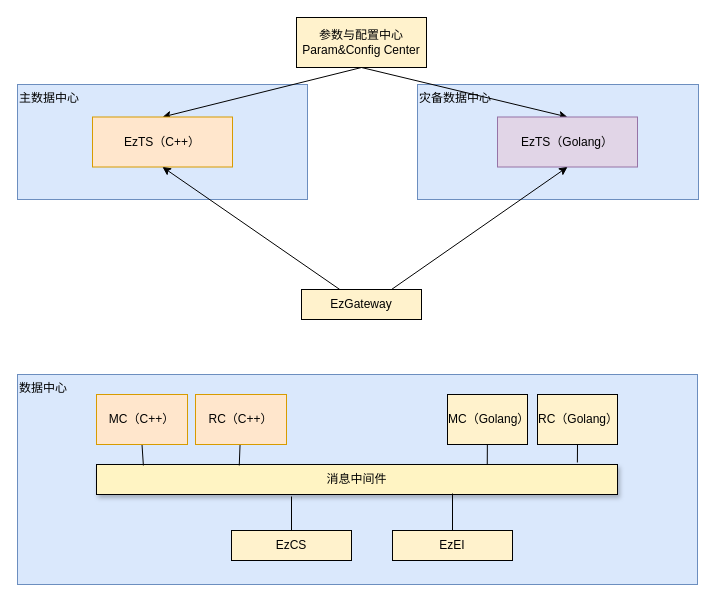
gotrade/gotrade keeps this draw.io diagram as page "Strategy of Two TS" (6 of 8) of 交易系统升级流图 (2).drawio. Above is the earlier version. Source tidied: cells renumbered, new cells numbered last; positions are measured from the earlier drawing's top-left corner, leaving out a move shared by most shapes. Both pictures are drawn from the tidied source at 100%, with x=0, y=0 at pixel (17, 17).
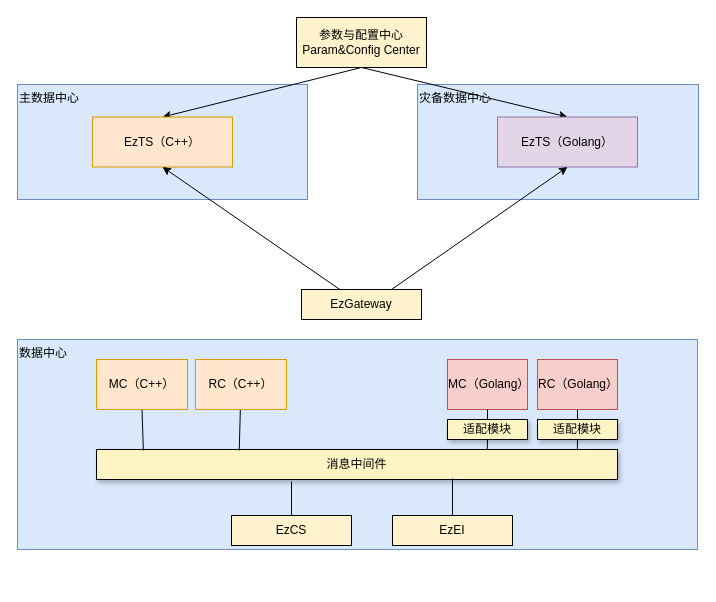
The same diagram, later.

Diff of the diagram source:
```diff
@@
     <mxCell id="12" value="&lt;div style=&quot;text-align: left&quot;&gt;&lt;span&gt;数据中心&lt;/span&gt;&lt;/div&gt;" style="rounded=0;whiteSpace=wrap;html=1;align=left;verticalAlign=top;fillColor=#dae8fc;strokeColor=#6c8ebf;" parent="1" vertex="1">
-      <mxGeometry y="357" width="680" height="210" as="geometry" />
+      <mxGeometry y="322" width="680" height="210" as="geometry" />
     </mxCell>
     <mxCell id="13" value="消息中间件" style="rounded=0;whiteSpace=wrap;html=1;shadow=1;fillColor=#FFF4C3;" parent="1" vertex="1">
-      <mxGeometry x="79" y="447" width="521" height="30" as="geometry" />
+      <mxGeometry x="79" y="432" width="521" height="30" as="geometry" />
     </mxCell>
@@
     <mxCell id="15" value="MC（C++）" style="rounded=0;whiteSpace=wrap;html=1;fillColor=#ffe6cc;strokeColor=#d79b00;" parent="1" vertex="1">
-      <mxGeometry x="79" y="377" width="91" height="50" as="geometry" />
+      <mxGeometry x="79" y="342" width="91" height="50" as="geometry" />
     </mxCell>
-    <mxCell id="16" style="edgeStyle=none;rounded=0;jettySize=auto;html=1;entryX=0.75;entryY=0;entryDx=0;entryDy=0;endArrow=none;endFill=0;" parent="1" edge="1" source="17" target="13">
-      <mxGeometry relative="1" as="geometry" />
+    <mxCell id="16" style="edgeStyle=none;rounded=0;jettySize=auto;html=1;endArrow=none;endFill=0;" parent="1" edge="1" source="27">
+      <mxGeometry relative="1" as="geometry">
+        <mxPoint x="470" y="412" as="targetPoint" />
+      </mxGeometry>
     </mxCell>
-    <mxCell id="17" value="MC（Golang）" style="rounded=0;whiteSpace=wrap;html=1;fillColor=#FFF2CC;" parent="1" vertex="1">
-      <mxGeometry x="430" y="377" width="80" height="50" as="geometry" />
+    <mxCell id="17" value="MC（Golang）" style="rounded=0;whiteSpace=wrap;html=1;fillColor=#f8cecc;strokeColor=#b85450;" parent="1" vertex="1">
+      <mxGeometry x="430" y="342" width="80" height="50" as="geometry" />
     </mxCell>
@@
     <mxCell id="19" value="RC（C++）" style="rounded=0;whiteSpace=wrap;html=1;fillColor=#ffe6cc;strokeColor=#d79b00;" parent="1" vertex="1">
-      <mxGeometry x="178" y="377" width="91" height="50" as="geometry" />
+      <mxGeometry x="178" y="342" width="91" height="50" as="geometry" />
     </mxCell>
-    <mxCell id="20" style="edgeStyle=none;rounded=0;jettySize=auto;html=1;exitX=0.5;exitY=1;exitDx=0;exitDy=0;entryX=0.923;entryY=-0.067;entryDx=0;entryDy=0;entryPerimeter=0;endArrow=none;endFill=0;" parent="1" edge="1" source="21" target="13">
-      <mxGeometry relative="1" as="geometry" />
+    <mxCell id="20" style="edgeStyle=none;rounded=0;jettySize=auto;html=1;exitX=0.5;exitY=1;exitDx=0;exitDy=0;endArrow=none;endFill=0;" parent="1" edge="1" source="21">
+      <mxGeometry relative="1" as="geometry">
+        <mxPoint x="560" y="412" as="targetPoint" />
+      </mxGeometry>
     </mxCell>
-    <mxCell id="21" value="RC（Golang）" style="rounded=0;whiteSpace=wrap;html=1;fillColor=#FFF2CC;" parent="1" vertex="1">
-      <mxGeometry x="520" y="377" width="80" height="50" as="geometry" />
+    <mxCell id="21" value="RC（Golang）" style="rounded=0;whiteSpace=wrap;html=1;fillColor=#f8cecc;strokeColor=#b85450;" parent="1" vertex="1">
+      <mxGeometry x="520" y="342" width="80" height="50" as="geometry" />
     </mxCell>
     <mxCell id="22" style="edgeStyle=none;rounded=0;jettySize=auto;html=1;entryX=0.461;entryY=1.067;entryDx=0;entryDy=0;entryPerimeter=0;endArrow=none;endFill=0;" parent="1" edge="1" source="23">
       <mxGeometry relative="1" as="geometry">
-        <mxPoint x="274" y="479" as="targetPoint" />
+        <mxPoint x="274" y="464" as="targetPoint" />
       </mxGeometry>
     </mxCell>
     <mxCell id="23" value="EzCS" style="rounded=0;whiteSpace=wrap;html=1;fillColor=#FFF2CC;" parent="1" vertex="1">
-      <mxGeometry x="214" y="513" width="120" height="30" as="geometry" />
+      <mxGeometry x="214" y="498" width="120" height="30" as="geometry" />
     </mxCell>
     <mxCell id="24" style="edgeStyle=none;rounded=0;jettySize=auto;html=1;entryX=0.77;entryY=0.967;entryDx=0;entryDy=0;entryPerimeter=0;endArrow=none;endFill=0;" parent="1" edge="1" source="25">
       <mxGeometry relative="1" as="geometry">
-        <mxPoint x="435" y="476" as="targetPoint" />
+        <mxPoint x="435" y="461" as="targetPoint" />
       </mxGeometry>
     </mxCell>
     <mxCell id="25" value="EzEI" style="rounded=0;whiteSpace=wrap;html=1;fillColor=#FFF2CC;" parent="1" vertex="1">
-      <mxGeometry x="375" y="513" width="120" height="30" as="geometry" />
+      <mxGeometry x="375" y="498" width="120" height="30" as="geometry" />
     </mxCell>
+    <mxCell id="26" style="edgeStyle=none;rounded=0;jettySize=auto;html=1;exitX=0.5;exitY=1;exitDx=0;exitDy=0;entryX=0.75;entryY=0;entryDx=0;entryDy=0;endArrow=none;endFill=0;" parent="1" edge="1" source="27" target="13">
+      <mxGeometry relative="1" as="geometry" />
+    </mxCell>
+    <mxCell id="27" value="适配模块" style="rounded=0;whiteSpace=wrap;html=1;shadow=1;fillColor=#FFF4C3;align=center;" parent="1" vertex="1">
+      <mxGeometry x="430" y="402" width="80" height="20" as="geometry" />
+    </mxCell>
+    <mxCell id="28" style="edgeStyle=none;rounded=0;jettySize=auto;html=1;endArrow=none;endFill=0;" parent="1" edge="1" source="17" target="27">
+      <mxGeometry relative="1" as="geometry" />
+    </mxCell>
+    <mxCell id="29" style="edgeStyle=none;rounded=0;jettySize=auto;html=1;exitX=0.5;exitY=1;exitDx=0;exitDy=0;entryX=0.923;entryY=0;entryDx=0;entryDy=0;entryPerimeter=0;endArrow=none;endFill=0;" parent="1" edge="1" source="30" target="13">
+      <mxGeometry relative="1" as="geometry" />
+    </mxCell>
+    <mxCell id="30" value="适配模块" style="rounded=0;whiteSpace=wrap;html=1;shadow=1;fillColor=#FFF4C3;align=center;" parent="1" vertex="1">
+      <mxGeometry x="520" y="402" width="80" height="20" as="geometry" />
+    </mxCell>
```
